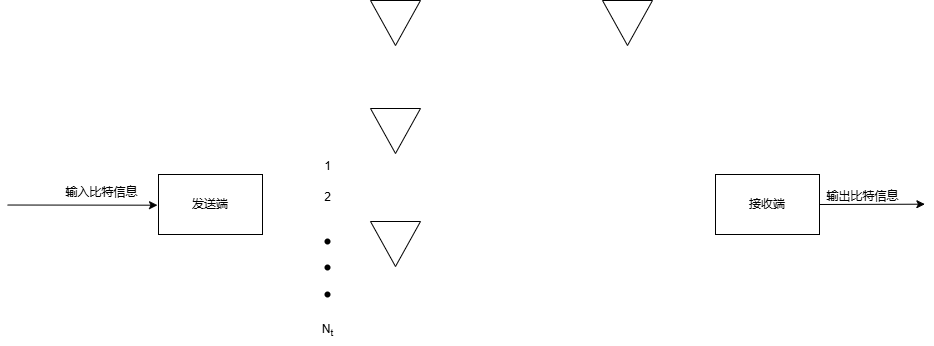
The draw.io diagram 未命名绘图.drawio.png in Wicklele/draw, before a commit. Source tidied: cells renumbered, new cells last; positions are measured from the earlier drawing's top-left corner, leaving out a move shared by most shapes.
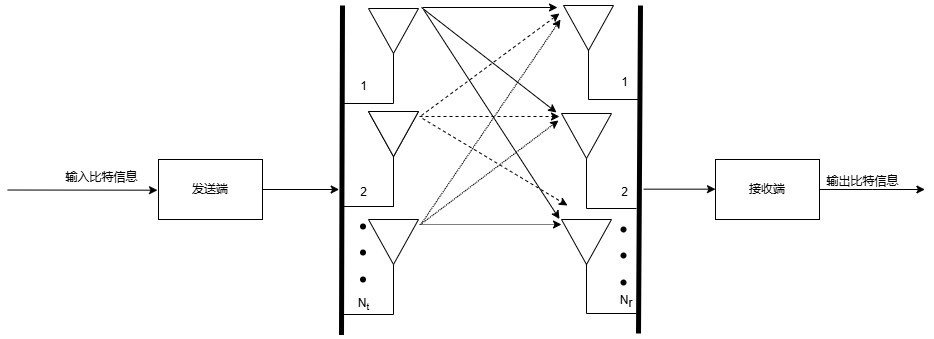
Later version of the same file.

Commit message:
更新未命名绘图.drawio.png

Change to the diagram source:
```diff
@@ -2,6 +2,11 @@
   <root>
     <mxCell id="0" />
     <mxCell id="1" parent="0" />
+    <mxCell id="19" style="edgeStyle=elbowEdgeStyle;rounded=0;jettySize=auto;elbow=vertical;html=1;exitX=1;exitY=0.5;exitDx=0;exitDy=0;" parent="1" edge="1" source="2">
+      <mxGeometry relative="1" as="geometry">
+        <mxPoint x="331.7" y="203.7" as="targetPoint" />
+      </mxGeometry>
+    </mxCell>
     <mxCell id="2" value="发送端" style="rounded=0;whiteSpace=wrap;html=1;" parent="1" vertex="1">
       <mxGeometry x="151" y="174" width="104" height="60" as="geometry" />
     </mxCell>
@@ -20,32 +25,29 @@
         <mxPoint x="372" y="157" as="targetPoint" />
       </mxGeometry>
     </mxCell>
-    <mxCell id="6" style="triangle;whiteSpace=wrap;html=1;direction=south;" parent="1" vertex="1">
-      <mxGeometry x="363" width="50" height="45" as="geometry" />
-    </mxCell>
     <mxCell id="7" style="triangle;whiteSpace=wrap;html=1;direction=south;" parent="1" vertex="1">
-      <mxGeometry x="363" y="108" width="50" height="45" as="geometry" />
+      <mxGeometry x="361" y="126" width="50" height="45" as="geometry" />
     </mxCell>
     <mxCell id="8" value="2" style="text;html=1;align=center;verticalAlign=middle;strokeColor=none;fillColor=none;" parent="1" vertex="1">
-      <mxGeometry x="307.5" y="184" width="25" height="26" as="geometry" />
+      <mxGeometry x="343" y="194" width="25" height="26" as="geometry" />
     </mxCell>
     <mxCell id="9" style="triangle;whiteSpace=wrap;html=1;direction=south;" parent="1" vertex="1">
-      <mxGeometry x="363" y="221" width="50" height="45" as="geometry" />
+      <mxGeometry x="361" y="234" width="50" height="45" as="geometry" />
     </mxCell>
     <mxCell id="10" value="N&lt;sub&gt;t&lt;/sub&gt;" style="text;html=1;align=center;verticalAlign=middle;strokeColor=none;fillColor=none;" parent="1" vertex="1">
-      <mxGeometry x="305.5" y="315" width="29" height="30" as="geometry" />
+      <mxGeometry x="341" y="304" width="29" height="30" as="geometry" />
     </mxCell>
     <mxCell id="11" value="1" style="text;html=1;align=center;verticalAlign=middle;strokeColor=none;fillColor=none;" parent="1" vertex="1">
-      <mxGeometry x="307.5" y="153" width="25" height="26" as="geometry" />
+      <mxGeometry x="343" y="88" width="25" height="26" as="geometry" />
     </mxCell>
     <mxCell id="12" style="shape=waypoint;sketch=0;fillStyle=solid;size=6;fillColor=none;perimeter=centerPerimeter;" parent="1" vertex="1">
-      <mxGeometry x="310" y="231" width="20" height="20" as="geometry" />
+      <mxGeometry x="345.5" y="231" width="20" height="20" as="geometry" />
     </mxCell>
     <mxCell id="13" style="shape=waypoint;sketch=0;fillStyle=solid;size=6;fillColor=none;perimeter=centerPerimeter;" parent="1" vertex="1">
-      <mxGeometry x="310" y="257" width="20" height="20" as="geometry" />
+      <mxGeometry x="345.5" y="257" width="20" height="20" as="geometry" />
     </mxCell>
     <mxCell id="14" style="shape=waypoint;sketch=0;fillStyle=solid;size=6;fillColor=none;perimeter=centerPerimeter;" parent="1" vertex="1">
-      <mxGeometry x="310" y="284" width="20" height="20" as="geometry" />
+      <mxGeometry x="345.5" y="284" width="20" height="20" as="geometry" />
     </mxCell>
     <mxCell id="15" style="edgeStyle=elbowEdgeStyle;rounded=0;jettySize=auto;elbow=vertical;html=1;exitX=1;exitY=0.5;exitDx=0;exitDy=0;" parent="1" edge="1" source="16">
       <mxGeometry relative="1" as="geometry">
@@ -59,7 +61,169 @@
       <mxGeometry x="810" y="183" width="90" height="26" as="geometry" />
     </mxCell>
     <mxCell id="18" style="triangle;whiteSpace=wrap;html=1;direction=south;" parent="1" vertex="1">
-      <mxGeometry x="595" width="50" height="45" as="geometry" />
+      <mxGeometry x="556" y="20" width="50" height="45" as="geometry" />
     </mxCell>
+    <mxCell id="20" value="2" style="text;html=1;align=center;verticalAlign=middle;strokeColor=none;fillColor=none;" parent="1" vertex="1">
+      <mxGeometry x="604" y="194" width="25" height="26" as="geometry" />
+    </mxCell>
+    <mxCell id="21" value="&amp;nbsp;N&lt;span style=&quot;vertical-align: sub; background-color: transparent; color: light-dark(rgb(0, 0, 0), rgb(255, 255, 255));&quot;&gt;r&lt;/span&gt;" style="text;html=1;align=center;verticalAlign=middle;strokeColor=none;fillColor=none;" parent="1" vertex="1">
+      <mxGeometry x="599.5" y="301" width="34" height="30" as="geometry" />
+    </mxCell>
+    <mxCell id="22" value="1" style="text;html=1;align=center;verticalAlign=middle;strokeColor=none;fillColor=none;" parent="1" vertex="1">
+      <mxGeometry x="604" y="84" width="25" height="26" as="geometry" />
+    </mxCell>
+    <mxCell id="23" style="shape=waypoint;sketch=0;fillStyle=solid;size=6;fillColor=none;perimeter=centerPerimeter;" parent="1" vertex="1">
+      <mxGeometry x="606" y="234" width="20" height="20" as="geometry" />
+    </mxCell>
+    <mxCell id="24" style="shape=waypoint;sketch=0;fillStyle=solid;size=6;fillColor=none;perimeter=centerPerimeter;" parent="1" vertex="1">
+      <mxGeometry x="606" y="260" width="20" height="20" as="geometry" />
+    </mxCell>
+    <mxCell id="25" style="shape=waypoint;sketch=0;fillStyle=solid;size=6;fillColor=none;perimeter=centerPerimeter;" parent="1" vertex="1">
+      <mxGeometry x="606" y="287" width="20" height="20" as="geometry" />
+    </mxCell>
+    <mxCell id="26" style="edgeStyle=none;orthogonalLoop=1;jettySize=auto;html=1;rounded=0;elbow=vertical;endArrow=none;startFill=0;strokeWidth=5;" parent="1" edge="1">
+      <mxGeometry relative="1" as="geometry">
+        <mxPoint x="334" y="349.5" as="sourcePoint" />
+        <mxPoint x="335" y="20" as="targetPoint" />
+      </mxGeometry>
+    </mxCell>
+    <mxCell id="27" style="edgeStyle=none;orthogonalLoop=1;jettySize=auto;html=1;rounded=0;elbow=vertical;endArrow=none;startFill=0;strokeWidth=5;" parent="1" edge="1">
+      <mxGeometry relative="1" as="geometry">
+        <mxPoint x="631" y="348" as="sourcePoint" />
+        <mxPoint x="633" y="20" as="targetPoint" />
+      </mxGeometry>
+    </mxCell>
+    <mxCell id="28" style="edgeStyle=none;orthogonalLoop=1;jettySize=auto;html=1;rounded=0;elbow=vertical;" parent="1" edge="1">
+      <mxGeometry relative="1" as="geometry">
+        <mxPoint x="636" y="203.7" as="sourcePoint" />
+        <mxPoint x="708" y="203.7" as="targetPoint" />
+      </mxGeometry>
+    </mxCell>
+    <mxCell id="29" style="edgeStyle=segmentEdgeStyle;endArrow=none;html=1;curved=0;rounded=0;endSize=8;startSize=8;elbow=vertical;startFill=0;" parent="1" edge="1">
+      <mxGeometry relative="1" as="geometry">
+        <mxPoint x="336" y="221" as="sourcePoint" />
+        <mxPoint x="386" y="171" as="targetPoint" />
+      </mxGeometry>
+    </mxCell>
+    <mxCell id="30" style="edgeStyle=segmentEdgeStyle;endArrow=none;html=1;curved=0;rounded=0;endSize=8;startSize=8;elbow=vertical;startFill=0;" parent="1" edge="1">
+      <mxGeometry relative="1" as="geometry">
+        <mxPoint x="336" y="329" as="sourcePoint" />
+        <mxPoint x="386" y="279" as="targetPoint" />
+      </mxGeometry>
+    </mxCell>
+    <mxCell id="31" style="edgeStyle=segmentEdgeStyle;endArrow=none;html=1;curved=0;rounded=0;endSize=8;startSize=8;elbow=vertical;startFill=0;" parent="1" edge="1">
+      <mxGeometry relative="1" as="geometry">
+        <mxPoint x="631" y="114" as="sourcePoint" />
+        <mxPoint x="581" y="64" as="targetPoint" />
+      </mxGeometry>
+    </mxCell>
+    <mxCell id="32" style="endArrow=none;html=1;rounded=0;" parent="1" edge="1">
+      <mxGeometry relative="1" as="geometry">
+        <mxPoint x="417" y="48" as="sourcePoint" />
+        <mxPoint x="417" y="48" as="targetPoint" />
+      </mxGeometry>
+    </mxCell>
+    <mxCell id="33" style="endArrow=none;html=1;rounded=0;" parent="1" edge="1">
+      <mxGeometry relative="1" as="geometry">
+        <mxPoint x="372" y="157" as="sourcePoint" />
+        <mxPoint x="372" y="157" as="targetPoint" />
+      </mxGeometry>
+    </mxCell>
+    <mxCell id="34" style="triangle;whiteSpace=wrap;html=1;direction=south;" parent="1" vertex="1">
+      <mxGeometry x="361" y="126" width="50" height="45" as="geometry" />
+    </mxCell>
+    <mxCell id="35" style="edgeStyle=segmentEdgeStyle;endArrow=none;html=1;curved=0;rounded=0;endSize=8;startSize=8;elbow=vertical;startFill=0;" parent="1" edge="1">
+      <mxGeometry relative="1" as="geometry">
+        <mxPoint x="336" y="221" as="sourcePoint" />
+        <mxPoint x="386" y="171" as="targetPoint" />
+      </mxGeometry>
+    </mxCell>
+    <mxCell id="36" style="endArrow=none;html=1;rounded=0;" parent="1" edge="1">
+      <mxGeometry relative="1" as="geometry">
+        <mxPoint x="372" y="54" as="sourcePoint" />
+        <mxPoint x="372" y="54" as="targetPoint" />
+      </mxGeometry>
+    </mxCell>
+    <mxCell id="37" style="triangle;whiteSpace=wrap;html=1;direction=south;" parent="1" vertex="1">
+      <mxGeometry x="361" y="23" width="50" height="45" as="geometry" />
+    </mxCell>
+    <mxCell id="38" style="edgeStyle=segmentEdgeStyle;endArrow=none;html=1;curved=0;rounded=0;endSize=8;startSize=8;elbow=vertical;startFill=0;" parent="1" edge="1">
+      <mxGeometry relative="1" as="geometry">
+        <mxPoint x="336" y="118" as="sourcePoint" />
+        <mxPoint x="386" y="68" as="targetPoint" />
+      </mxGeometry>
+    </mxCell>
+    <mxCell id="39" style="triangle;whiteSpace=wrap;html=1;direction=south;" parent="1" vertex="1">
+      <mxGeometry x="554" y="128" width="50" height="45" as="geometry" />
+    </mxCell>
+    <mxCell id="40" style="edgeStyle=segmentEdgeStyle;endArrow=none;html=1;curved=0;rounded=0;endSize=8;startSize=8;elbow=vertical;startFill=0;" parent="1" edge="1">
+      <mxGeometry relative="1" as="geometry">
+        <mxPoint x="629" y="223" as="sourcePoint" />
+        <mxPoint x="579" y="173" as="targetPoint" />
+      </mxGeometry>
+    </mxCell>
+    <mxCell id="41" style="triangle;whiteSpace=wrap;html=1;direction=south;" parent="1" vertex="1">
+      <mxGeometry x="554" y="234" width="50" height="45" as="geometry" />
+    </mxCell>
+    <mxCell id="42" style="edgeStyle=segmentEdgeStyle;endArrow=none;html=1;curved=0;rounded=0;endSize=8;startSize=8;elbow=vertical;startFill=0;" parent="1" edge="1">
+      <mxGeometry relative="1" as="geometry">
+        <mxPoint x="629" y="328" as="sourcePoint" />
+        <mxPoint x="579" y="278" as="targetPoint" />
+      </mxGeometry>
+    </mxCell>
+    <mxCell id="43" style="orthogonalLoop=1;jettySize=auto;html=1;rounded=0;elbow=vertical;" parent="1" edge="1">
+      <mxGeometry relative="1" as="geometry">
+        <mxPoint x="415" y="22" as="sourcePoint" />
+        <mxPoint x="550" y="22" as="targetPoint" />
+      </mxGeometry>
+    </mxCell>
+    <mxCell id="44" style="edgeStyle=none;orthogonalLoop=1;jettySize=auto;html=1;rounded=0;elbow=vertical;" parent="1" edge="1">
+      <mxGeometry relative="1" as="geometry">
+        <mxPoint x="414" y="22" as="sourcePoint" />
+        <mxPoint x="549" y="127" as="targetPoint" />
+      </mxGeometry>
+    </mxCell>
+    <mxCell id="45" style="edgeStyle=none;orthogonalLoop=1;jettySize=auto;html=1;rounded=0;elbow=vertical;" parent="1" edge="1">
+      <mxGeometry relative="1" as="geometry">
+        <mxPoint x="416" y="24" as="sourcePoint" />
+        <mxPoint x="552" y="233.5" as="targetPoint" />
+      </mxGeometry>
+    </mxCell>
+    <mxCell id="46" style="edgeStyle=none;orthogonalLoop=1;jettySize=auto;html=1;rounded=0;elbow=vertical;dashed=1;" parent="1" edge="1">
+      <mxGeometry relative="1" as="geometry">
+        <mxPoint x="412" y="131" as="sourcePoint" />
+        <mxPoint x="552" y="131" as="targetPoint" />
+      </mxGeometry>
+    </mxCell>
+    <mxCell id="47" style="edgeStyle=none;orthogonalLoop=1;jettySize=auto;html=1;rounded=0;elbow=vertical;dashed=1;" parent="1" edge="1">
+      <mxGeometry relative="1" as="geometry">
+        <mxPoint x="414" y="130" as="sourcePoint" />
+        <mxPoint x="552" y="28" as="targetPoint" />
+      </mxGeometry>
+    </mxCell>
+    <mxCell id="48" style="edgeStyle=none;orthogonalLoop=1;jettySize=auto;html=1;rounded=0;elbow=vertical;dashed=1;" parent="1" edge="1">
+      <mxGeometry relative="1" as="geometry">
+        <mxPoint x="415" y="133" as="sourcePoint" />
+        <mxPoint x="560" y="220" as="targetPoint" />
+      </mxGeometry>
+    </mxCell>
+    <mxCell id="49" style="edgeStyle=none;orthogonalLoop=1;jettySize=auto;html=1;rounded=0;elbow=vertical;dashed=1;dashPattern=1 1;" parent="1" edge="1">
+      <mxGeometry relative="1" as="geometry">
+        <mxPoint x="412" y="239" as="sourcePoint" />
+        <mxPoint x="554" y="239" as="targetPoint" />
+      </mxGeometry>
+    </mxCell>
+    <mxCell id="50" style="edgeStyle=none;orthogonalLoop=1;jettySize=auto;html=1;rounded=0;elbow=vertical;dashed=1;dashPattern=1 1;" parent="1" edge="1">
+      <mxGeometry relative="1" as="geometry">
+        <mxPoint x="414" y="238" as="sourcePoint" />
+        <mxPoint x="553" y="34" as="targetPoint" />
+      </mxGeometry>
+    </mxCell>
+    <mxCell id="51" style="edgeStyle=none;orthogonalLoop=1;jettySize=auto;html=1;rounded=0;elbow=vertical;dashed=1;dashPattern=1 1;" parent="1" edge="1">
+      <mxGeometry relative="1" as="geometry">
+        <mxPoint x="413" y="239" as="sourcePoint" />
+        <mxPoint x="551" y="135" as="targetPoint" />
+      </mxGeometry>
+    </mxCell>
   </root>
 </mxGraphModel>
```
